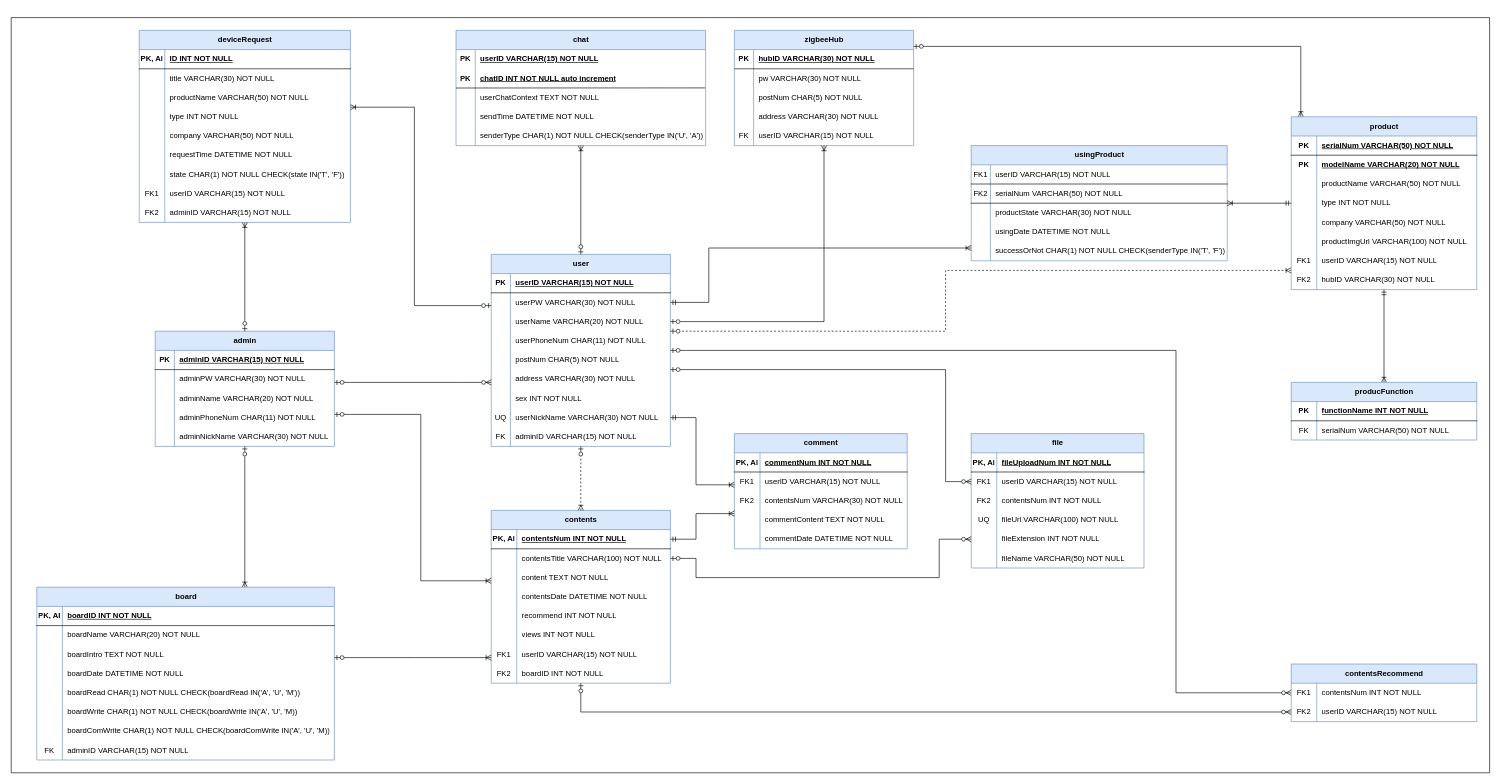
The draw.io diagram 캡스톤 디자인/산출물/EER.drawio in rmflsdl4/SIRIUS, before the edit. Source tidied: cells renumbered, new cells numbered last; positions are measured from the earlier drawing's top-left corner, leaving out a move shared by most shapes. Both pictures are drawn from the tidied source at 64%, with x=0, y=0 at pixel (11, 17).
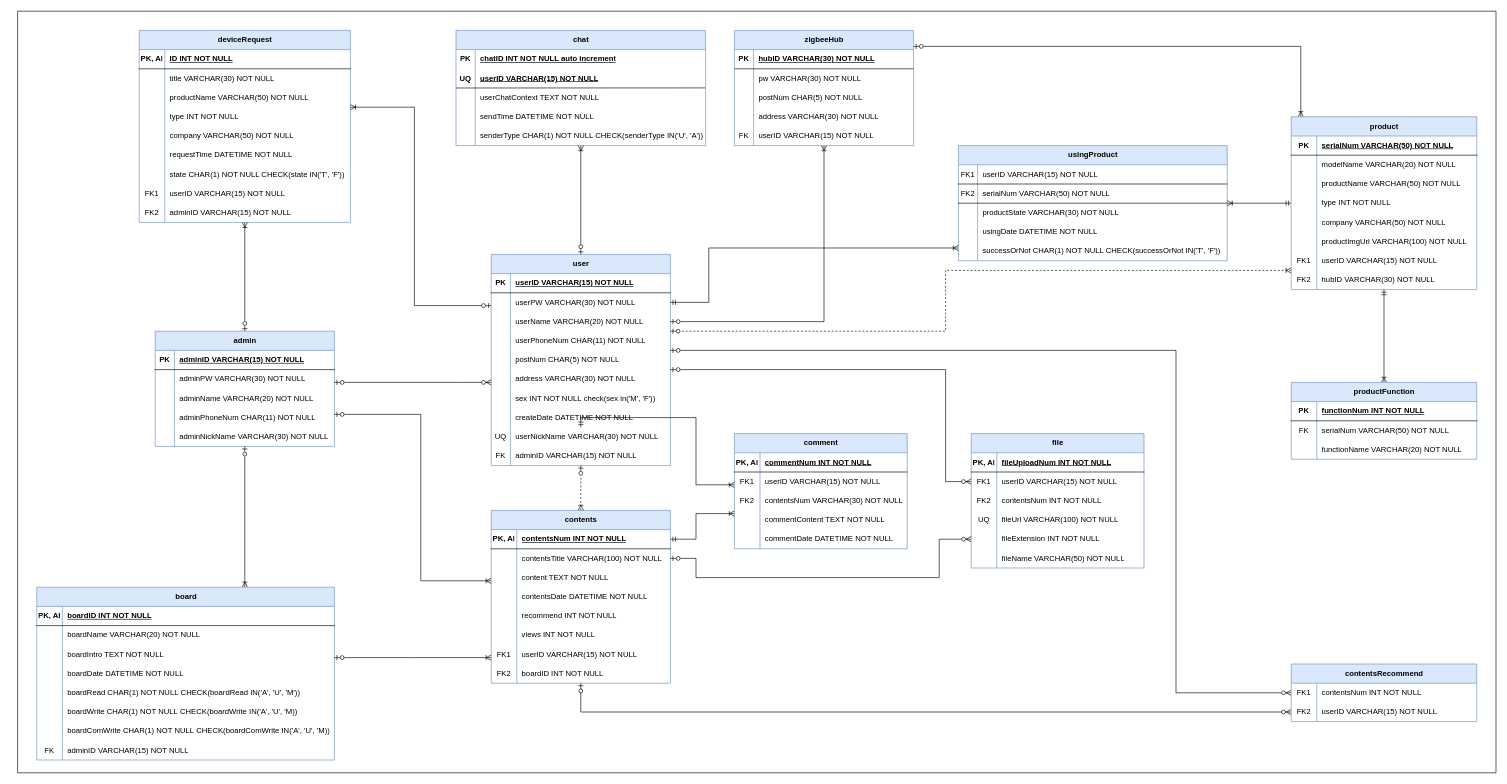
The same diagram, later.

The change refers to these unchanged cells:
```xml
<mxCell id="38" style="shape=tableRow;horizontal=0;startSize=0;swimlaneHead=0;swimlaneBody=0;fillColor=none;top=0;left=0;right=0;bottom=0;" parent="19" vertex="1">
  <mxGeometry y="210" width="280" height="30" as="geometry" />
</mxCell>
<mxCell id="218" value="chat" style="shape=table;startSize=30;childLayout=tableLayout;rowLines=0;fontStyle=1;align=center;html=1;fillColor=#dae8fc;strokeColor=#6c8ebf;" parent="1" vertex="1">
  <mxGeometry x="695" y="20" width="390" height="180" as="geometry" />
</mxCell>
<mxCell id="240" style="shape=tableRow;horizontal=0;startSize=0;swimlaneHead=0;swimlaneBody=0;fillColor=none;top=0;left=0;right=0;bottom=0;" parent="236" vertex="1">
  <mxGeometry y="60" width="290" height="30" as="geometry" />
</mxCell>
<mxCell id="263" style="shape=tableRow;horizontal=0;startSize=0;swimlaneHead=0;swimlaneBody=0;fillColor=none;top=0;left=0;right=0;bottom=1;" parent="262" vertex="1">
  <mxGeometry y="30" width="290" height="30" as="geometry" />
</mxCell>
```

The edit, as a diff of the source:
```diff
@@
     <mxCell id="19" value="user" style="shape=table;startSize=30;childLayout=tableLayout;rowLines=0;fontStyle=1;align=center;html=1;fillColor=#dae8fc;strokeColor=#6c8ebf;" parent="1" vertex="1">
-      <mxGeometry x="750" y="370" width="280" height="300" as="geometry" />
+      <mxGeometry x="750" y="370" width="280" height="330" as="geometry" />
     </mxCell>
@@
-    <mxCell id="40" value="&lt;span style=&quot;text-wrap: nowrap;&quot;&gt;sex INT NOT NULL&lt;/span&gt;" style="shape=partialRectangle;fillColor=none;top=0;left=0;bottom=0;right=0;align=left;spacingLeft=6;overflow=hidden;whiteSpace=wrap;html=1;" parent="38" vertex="1">
+    <mxCell id="40" value="&lt;span style=&quot;text-wrap: nowrap;&quot;&gt;sex INT NOT NULL&amp;nbsp;check(sex in('M', 'F'))&lt;/span&gt;" style="shape=partialRectangle;fillColor=none;top=0;left=0;bottom=0;right=0;align=left;spacingLeft=6;overflow=hidden;whiteSpace=wrap;html=1;" parent="38" vertex="1">
       <mxGeometry x="30" width="250" height="30" as="geometry" />
     </mxCell>
+    <mxCell id="270" style="shape=tableRow;horizontal=0;startSize=0;swimlaneHead=0;swimlaneBody=0;fillColor=none;top=0;left=0;right=0;bottom=0;" parent="19" vertex="1">
+      <mxGeometry y="240" width="280" height="30" as="geometry" />
+    </mxCell>
+    <mxCell id="271" style="shape=partialRectangle;fillColor=none;top=0;left=0;bottom=0;right=0;overflow=hidden;whiteSpace=wrap;html=1;" parent="270" vertex="1">
+      <mxGeometry width="30" height="30" as="geometry" />
+    </mxCell>
+    <mxCell id="272" value="&lt;span style=&quot;text-wrap: nowrap;&quot;&gt;createDate DATETIME NOT NULL&amp;nbsp;&lt;/span&gt;" style="shape=partialRectangle;fillColor=none;top=0;left=0;bottom=0;right=0;align=left;spacingLeft=6;overflow=hidden;whiteSpace=wrap;html=1;" parent="270" vertex="1">
+      <mxGeometry x="30" width="250" height="30" as="geometry" />
+    </mxCell>
     <mxCell id="41" style="shape=tableRow;horizontal=0;startSize=0;swimlaneHead=0;swimlaneBody=0;fillColor=none;points=[[0,0.5],[1,0.5]];portConstraint=eastwest;top=0;left=0;right=0;bottom=0;" parent="19" vertex="1">
-      <mxGeometry y="240" width="280" height="30" as="geometry" />
+      <mxGeometry y="270" width="280" height="30" as="geometry" />
     </mxCell>
@@
     <mxCell id="44" style="shape=tableRow;horizontal=0;startSize=0;swimlaneHead=0;swimlaneBody=0;fillColor=none;top=0;left=0;right=0;bottom=0;" parent="19" vertex="1">
-      <mxGeometry y="270" width="280" height="30" as="geometry" />
+      <mxGeometry y="300" width="280" height="30" as="geometry" />
     </mxCell>
@@
     <mxCell id="72" value="usingProduct" style="shape=table;startSize=30;childLayout=tableLayout;rowLines=0;fontStyle=1;align=center;html=1;fillColor=#dae8fc;strokeColor=#6c8ebf;" parent="1" vertex="1">
-      <mxGeometry x="1500" y="200" width="400" height="180" as="geometry" />
+      <mxGeometry x="1480" y="200" width="420" height="180" as="geometry" />
     </mxCell>
     <mxCell id="73" style="shape=tableRow;horizontal=0;startSize=0;swimlaneHead=0;swimlaneBody=0;fillColor=none;top=0;left=0;right=0;bottom=1;" parent="72" vertex="1">
-      <mxGeometry y="30" width="400" height="30" as="geometry" />
+      <mxGeometry y="30" width="420" height="30" as="geometry" />
     </mxCell>
@@
     <mxCell id="75" value="&lt;span style=&quot;text-wrap: nowrap;&quot;&gt;userID VARCHAR(15) NOT NULL&lt;/span&gt;" style="shape=partialRectangle;fillColor=none;top=0;left=0;bottom=0;right=0;align=left;spacingLeft=6;fontStyle=0;overflow=hidden;whiteSpace=wrap;html=1;" parent="73" vertex="1">
-      <mxGeometry x="30" width="370" height="30" as="geometry" />
+      <mxGeometry x="30" width="390" height="30" as="geometry" />
     </mxCell>
     <mxCell id="76" style="shape=tableRow;horizontal=0;startSize=0;swimlaneHead=0;swimlaneBody=0;fillColor=none;top=0;left=0;right=0;bottom=1;" parent="72" vertex="1">
-      <mxGeometry y="60" width="400" height="30" as="geometry" />
+      <mxGeometry y="60" width="420" height="30" as="geometry" />
     </mxCell>
@@
     <mxCell id="78" value="&lt;span style=&quot;text-wrap: nowrap;&quot;&gt;serialNum VARCHAR(50) NOT NULL&lt;/span&gt;" style="shape=partialRectangle;fillColor=none;top=0;left=0;bottom=0;right=0;align=left;spacingLeft=6;fontStyle=0;overflow=hidden;whiteSpace=wrap;html=1;" parent="76" vertex="1">
-      <mxGeometry x="30" width="370" height="30" as="geometry" />
+      <mxGeometry x="30" width="390" height="30" as="geometry" />
     </mxCell>
     <mxCell id="79" style="shape=tableRow;horizontal=0;startSize=0;swimlaneHead=0;swimlaneBody=0;fillColor=none;top=0;left=0;right=0;bottom=0;" parent="72" vertex="1">
-      <mxGeometry y="90" width="400" height="30" as="geometry" />
+      <mxGeometry y="90" width="420" height="30" as="geometry" />
     </mxCell>
@@
     <mxCell id="81" value="&lt;span style=&quot;text-wrap: nowrap;&quot;&gt;productState VARCHAR(30) NOT NULL&lt;/span&gt;" style="shape=partialRectangle;fillColor=none;top=0;left=0;bottom=0;right=0;align=left;spacingLeft=6;overflow=hidden;whiteSpace=wrap;html=1;" parent="79" vertex="1">
-      <mxGeometry x="30" width="370" height="30" as="geometry" />
+      <mxGeometry x="30" width="390" height="30" as="geometry" />
     </mxCell>
     <mxCell id="82" style="shape=tableRow;horizontal=0;startSize=0;swimlaneHead=0;swimlaneBody=0;fillColor=none;top=0;left=0;right=0;bottom=0;" parent="72" vertex="1">
-      <mxGeometry y="120" width="400" height="30" as="geometry" />
+      <mxGeometry y="120" width="420" height="30" as="geometry" />
     </mxCell>
@@
     <mxCell id="84" value="&lt;span style=&quot;text-wrap: nowrap;&quot;&gt;usingDate&amp;nbsp;&lt;/span&gt;&lt;span style=&quot;text-wrap: nowrap;&quot;&gt;DATETIME&lt;/span&gt;&lt;span style=&quot;text-wrap: nowrap;&quot;&gt;&amp;nbsp;NOT NULL&lt;/span&gt;" style="shape=partialRectangle;fillColor=none;top=0;left=0;bottom=0;right=0;align=left;spacingLeft=6;overflow=hidden;whiteSpace=wrap;html=1;" parent="82" vertex="1">
-      <mxGeometry x="30" width="370" height="30" as="geometry" />
+      <mxGeometry x="30" width="390" height="30" as="geometry" />
     </mxCell>
     <mxCell id="85" style="shape=tableRow;horizontal=0;startSize=0;swimlaneHead=0;swimlaneBody=0;fillColor=none;top=0;left=0;right=0;bottom=0;" parent="72" vertex="1">
-      <mxGeometry y="150" width="400" height="30" as="geometry" />
+      <mxGeometry y="150" width="420" height="30" as="geometry" />
     </mxCell>
@@
-    <mxCell id="87" value="successOrNot&amp;nbsp;&lt;span style=&quot;text-wrap: nowrap;&quot;&gt;CHAR(1) NOT NULL CHECK(&lt;/span&gt;&lt;span style=&quot;text-wrap: nowrap;&quot;&gt;senderType&lt;/span&gt;&lt;span style=&quot;text-wrap: nowrap;&quot;&gt;&amp;nbsp;IN('T', 'F'))&lt;/span&gt;" style="shape=partialRectangle;fillColor=none;top=0;left=0;bottom=0;right=0;align=left;spacingLeft=6;overflow=hidden;whiteSpace=wrap;html=1;" parent="85" vertex="1">
-      <mxGeometry x="30" width="370" height="30" as="geometry" />
+    <mxCell id="87" value="successOrNot&amp;nbsp;&lt;span style=&quot;text-wrap: nowrap;&quot;&gt;CHAR(1) NOT NULL CHECK(&lt;/span&gt;successOrNot&amp;nbsp;&lt;span style=&quot;text-wrap: nowrap;&quot;&gt;IN('T', 'F'))&lt;/span&gt;" style="shape=partialRectangle;fillColor=none;top=0;left=0;bottom=0;right=0;align=left;spacingLeft=6;overflow=hidden;whiteSpace=wrap;html=1;" parent="85" vertex="1">
+      <mxGeometry x="30" width="390" height="30" as="geometry" />
     </mxCell>
@@
+    <mxCell id="222" style="shape=tableRow;horizontal=0;startSize=0;swimlaneHead=0;swimlaneBody=0;fillColor=none;top=0;left=0;right=0;bottom=0;" parent="218" vertex="1">
+      <mxGeometry y="30" width="390" height="30" as="geometry" />
+    </mxCell>
+    <mxCell id="223" value="&lt;span style=&quot;font-weight: 700;&quot;&gt;PK&lt;/span&gt;" style="shape=partialRectangle;fillColor=none;top=0;left=0;bottom=0;right=0;overflow=hidden;whiteSpace=wrap;html=1;" parent="222" vertex="1">
+      <mxGeometry width="30" height="30" as="geometry" />
+    </mxCell>
+    <mxCell id="224" value="&lt;span style=&quot;font-weight: 700; text-wrap: nowrap; text-decoration-line: underline;&quot;&gt;chatID INT NOT NULL auto increment&lt;/span&gt;" style="shape=partialRectangle;fillColor=none;top=0;left=0;bottom=0;right=0;align=left;spacingLeft=6;overflow=hidden;whiteSpace=wrap;html=1;" parent="222" vertex="1">
+      <mxGeometry x="30" width="360" height="30" as="geometry" />
+    </mxCell>
     <mxCell id="219" style="shape=tableRow;horizontal=0;startSize=0;swimlaneHead=0;swimlaneBody=0;fillColor=none;top=0;left=0;right=0;bottom=0;" parent="218" vertex="1">
-      <mxGeometry y="30" width="390" height="30" as="geometry" />
+      <mxGeometry y="60" width="390" height="30" as="geometry" />
     </mxCell>
-    <mxCell id="220" value="&lt;span style=&quot;font-weight: 700;&quot;&gt;PK&lt;/span&gt;" style="shape=partialRectangle;fillColor=none;top=0;left=0;bottom=0;right=0;overflow=hidden;whiteSpace=wrap;html=1;" parent="219" vertex="1">
+    <mxCell id="220" value="&lt;span style=&quot;font-weight: 700;&quot;&gt;UQ&lt;/span&gt;" style="shape=partialRectangle;fillColor=none;top=0;left=0;bottom=0;right=0;overflow=hidden;whiteSpace=wrap;html=1;" parent="219" vertex="1">
       <mxGeometry width="30" height="30" as="geometry" />
     </mxCell>
@@
-    <mxCell id="222" style="shape=tableRow;horizontal=0;startSize=0;swimlaneHead=0;swimlaneBody=0;fillColor=none;top=0;left=0;right=0;bottom=0;" parent="218" vertex="1">
-      <mxGeometry y="60" width="390" height="30" as="geometry" />
-    </mxCell>
-    <mxCell id="223" value="&lt;span style=&quot;font-weight: 700;&quot;&gt;PK&lt;/span&gt;" style="shape=partialRectangle;fillColor=none;top=0;left=0;bottom=0;right=0;overflow=hidden;whiteSpace=wrap;html=1;" parent="222" vertex="1">
-      <mxGeometry width="30" height="30" as="geometry" />
-    </mxCell>
-    <mxCell id="224" value="&lt;span style=&quot;font-weight: 700; text-wrap: nowrap; text-decoration-line: underline;&quot;&gt;chatID INT NOT NULL auto increment&lt;/span&gt;" style="shape=partialRectangle;fillColor=none;top=0;left=0;bottom=0;right=0;align=left;spacingLeft=6;overflow=hidden;whiteSpace=wrap;html=1;" parent="222" vertex="1">
-      <mxGeometry x="30" width="360" height="30" as="geometry" />
-    </mxCell>
@@
-    <mxCell id="241" value="&lt;span style=&quot;font-weight: 700;&quot;&gt;PK&lt;/span&gt;" style="shape=partialRectangle;fillColor=none;top=0;left=0;bottom=0;right=0;overflow=hidden;whiteSpace=wrap;html=1;" parent="240" vertex="1">
+    <mxCell id="241" style="shape=partialRectangle;fillColor=none;top=0;left=0;bottom=0;right=0;overflow=hidden;whiteSpace=wrap;html=1;" parent="240" vertex="1">
       <mxGeometry width="40" height="30" as="geometry" />
     </mxCell>
-    <mxCell id="242" value="&lt;span style=&quot;text-wrap: nowrap;&quot;&gt;&lt;b&gt;&lt;u&gt;modelName VARCHAR(20) NOT NULL&lt;/u&gt;&lt;/b&gt;&lt;/span&gt;" style="shape=partialRectangle;fillColor=none;top=0;left=0;bottom=0;right=0;align=left;spacingLeft=6;overflow=hidden;whiteSpace=wrap;html=1;" parent="240" vertex="1">
+    <mxCell id="242" value="&lt;span style=&quot;text-wrap: nowrap;&quot;&gt;modelName VARCHAR(20) NOT NULL&lt;/span&gt;" style="shape=partialRectangle;fillColor=none;top=0;left=0;bottom=0;right=0;align=left;spacingLeft=6;overflow=hidden;whiteSpace=wrap;html=1;" parent="240" vertex="1">
       <mxGeometry x="40" width="250" height="30" as="geometry" />
     </mxCell>
@@
-    <mxCell id="262" value="producFunction" style="shape=table;startSize=30;childLayout=tableLayout;rowLines=0;fontStyle=1;align=center;html=1;fillColor=#dae8fc;strokeColor=#6c8ebf;" parent="1" vertex="1">
-      <mxGeometry x="2000" y="570" width="290" height="90" as="geometry" />
+    <mxCell id="262" value="productFunction" style="shape=table;startSize=30;childLayout=tableLayout;rowLines=0;fontStyle=1;align=center;html=1;fillColor=#dae8fc;strokeColor=#6c8ebf;" parent="1" vertex="1">
+      <mxGeometry x="2000" y="570" width="290" height="120" as="geometry" />
     </mxCell>
@@
-    <mxCell id="265" value="&lt;span style=&quot;text-wrap: nowrap;&quot;&gt;functionName INT NOT NULL&lt;/span&gt;" style="shape=partialRectangle;fillColor=none;top=0;left=0;bottom=0;right=0;align=left;spacingLeft=6;fontStyle=5;overflow=hidden;whiteSpace=wrap;html=1;" parent="263" vertex="1">
+    <mxCell id="265" value="&lt;span style=&quot;text-wrap: nowrap;&quot;&gt;functionNum INT NOT NULL&lt;/span&gt;" style="shape=partialRectangle;fillColor=none;top=0;left=0;bottom=0;right=0;align=left;spacingLeft=6;fontStyle=5;overflow=hidden;whiteSpace=wrap;html=1;" parent="263" vertex="1">
       <mxGeometry x="40" width="250" height="30" as="geometry" />
     </mxCell>
@@
-    <mxCell id="269" style="swimlane;startSize=0;" parent="1" vertex="1">
-      <mxGeometry width="2310" height="1180" as="geometry" />
-    </mxCell>
+    <mxCell id="273" style="shape=tableRow;horizontal=0;startSize=0;swimlaneHead=0;swimlaneBody=0;fillColor=none;top=0;left=0;right=0;bottom=0;" parent="262" vertex="1">
+      <mxGeometry y="90" width="290" height="30" as="geometry" />
+    </mxCell>
+    <mxCell id="274" style="shape=partialRectangle;fillColor=none;top=0;left=0;bottom=0;right=0;overflow=hidden;whiteSpace=wrap;html=1;" parent="273" vertex="1">
+      <mxGeometry width="40" height="30" as="geometry" />
+    </mxCell>
+    <mxCell id="275" value="&lt;span style=&quot;text-wrap: nowrap;&quot;&gt;functionName VARCHAR(20) NOT NULL&lt;/span&gt;" style="shape=partialRectangle;fillColor=none;top=0;left=0;bottom=0;right=0;align=left;spacingLeft=6;overflow=hidden;whiteSpace=wrap;html=1;" parent="273" vertex="1">
+      <mxGeometry x="40" width="250" height="30" as="geometry" />
+    </mxCell>
+    <mxCell id="276" style="swimlane;startSize=0;" parent="1" vertex="1">
+      <mxGeometry x="10" y="-10" width="2310" height="1190" as="geometry" />
+    </mxCell>
```
